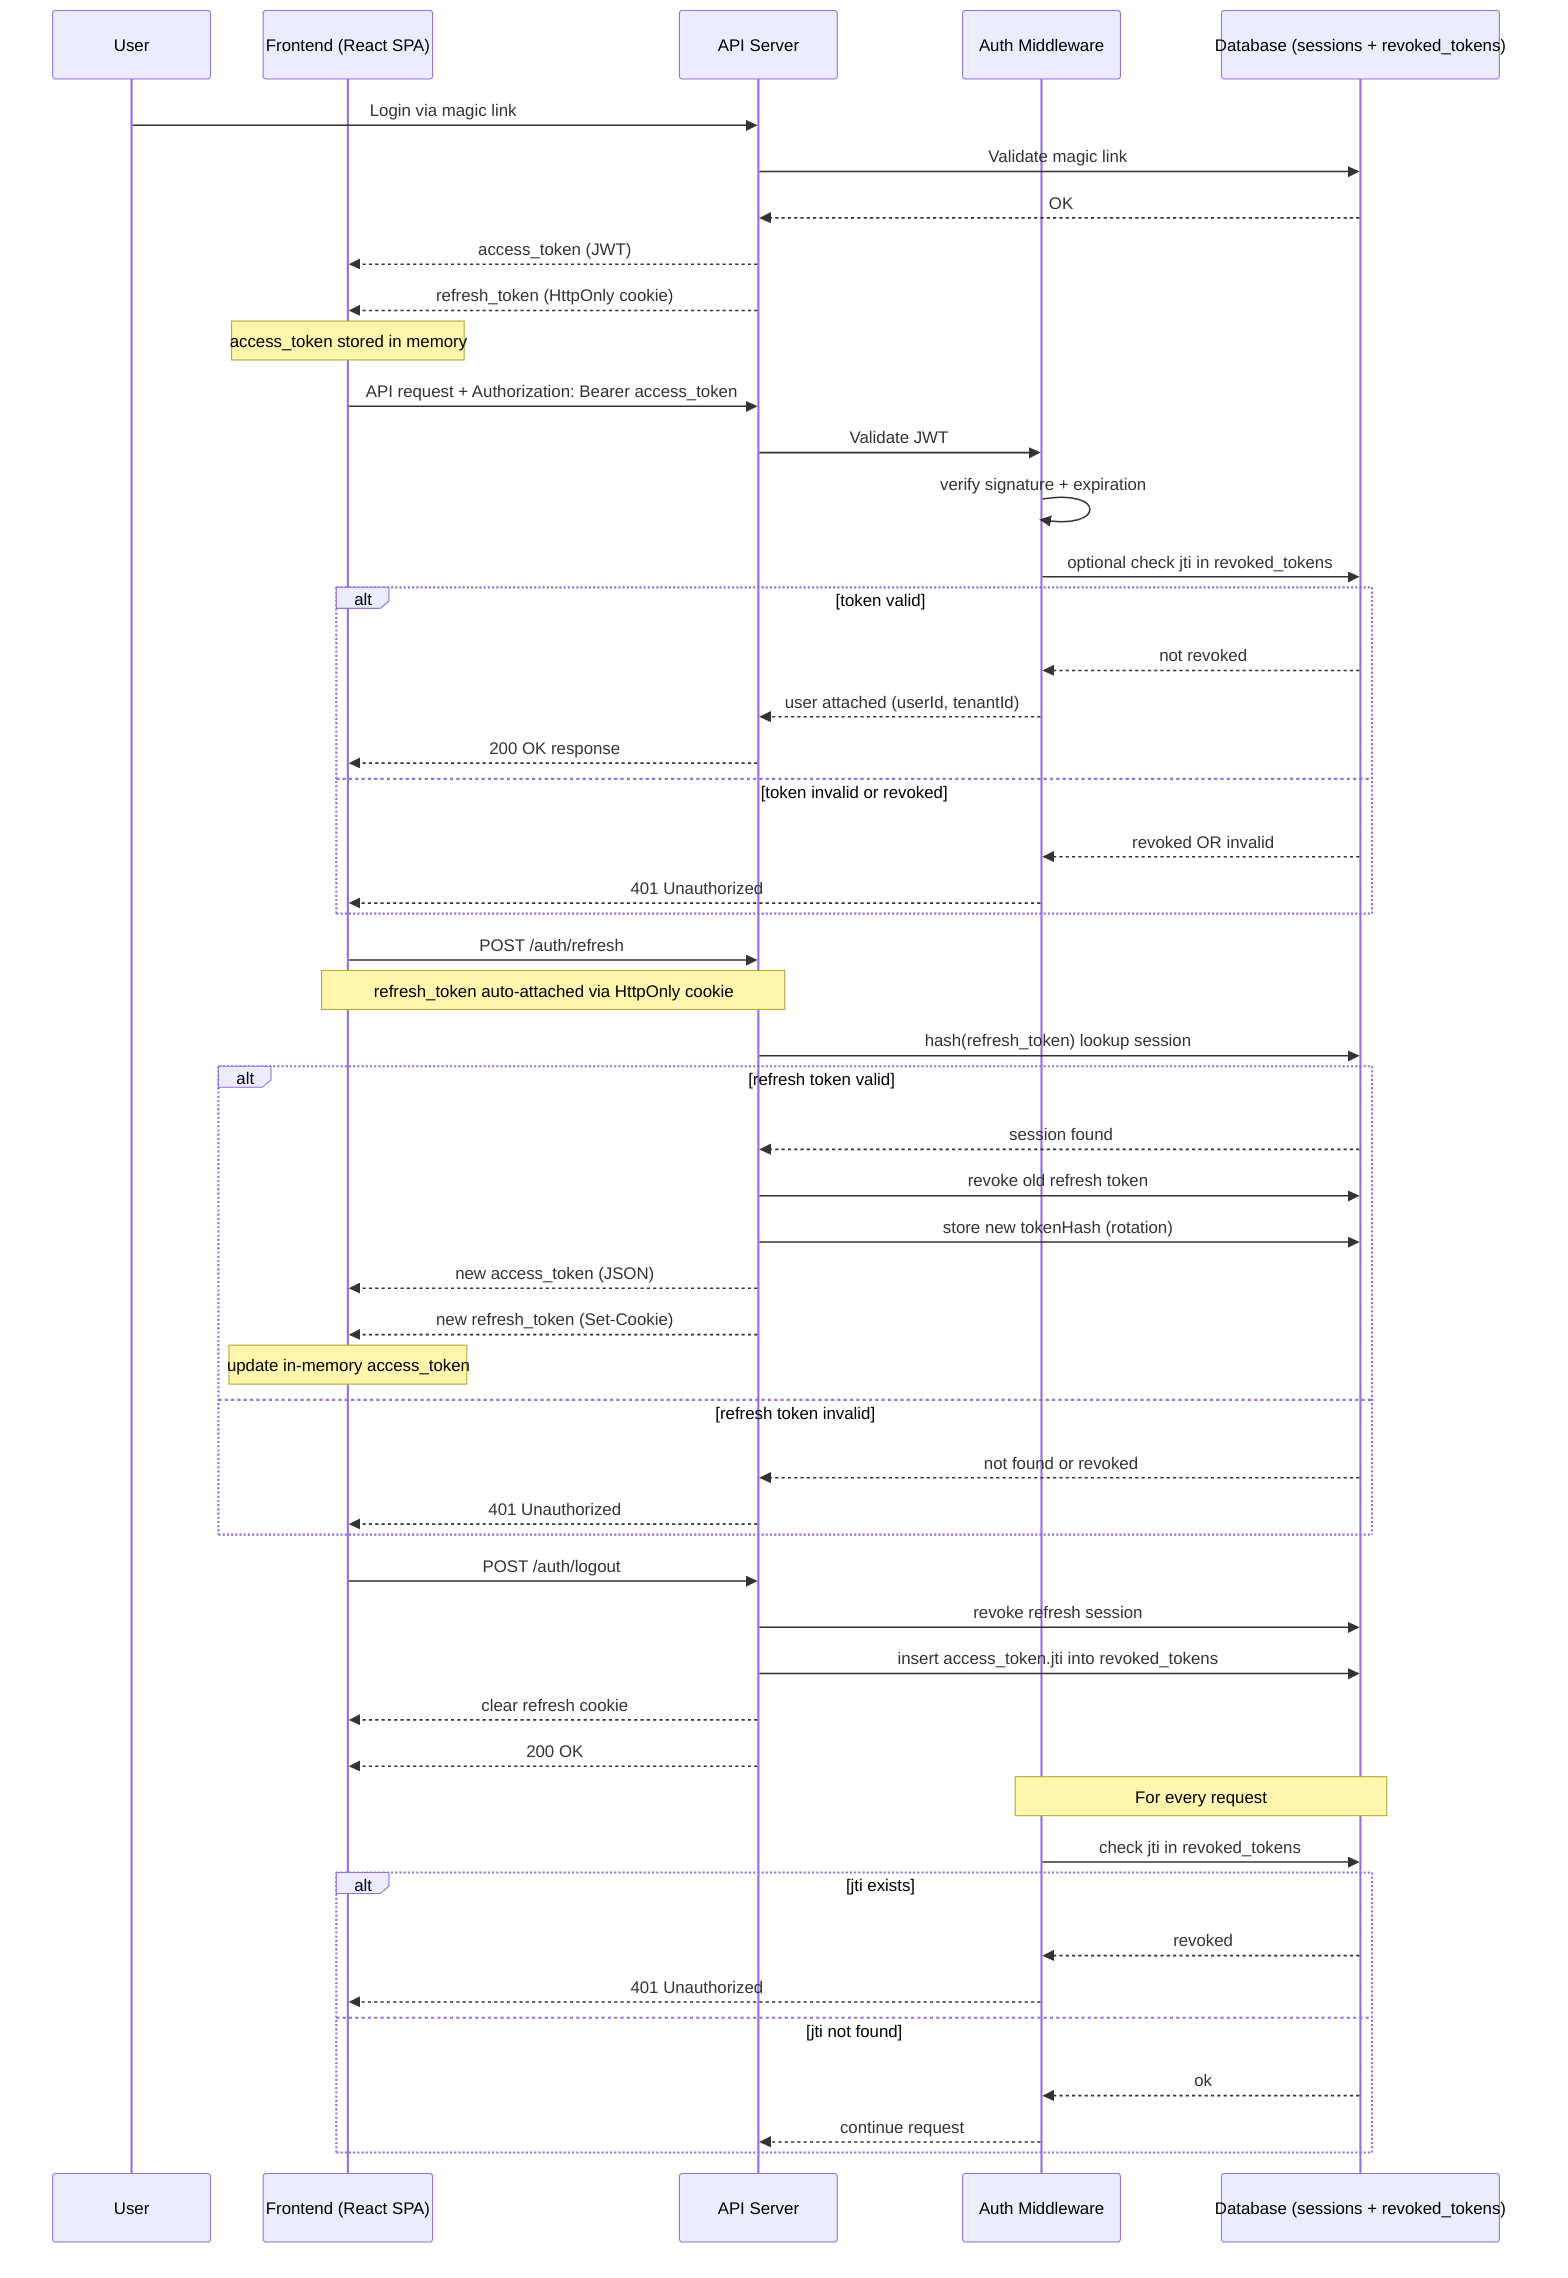
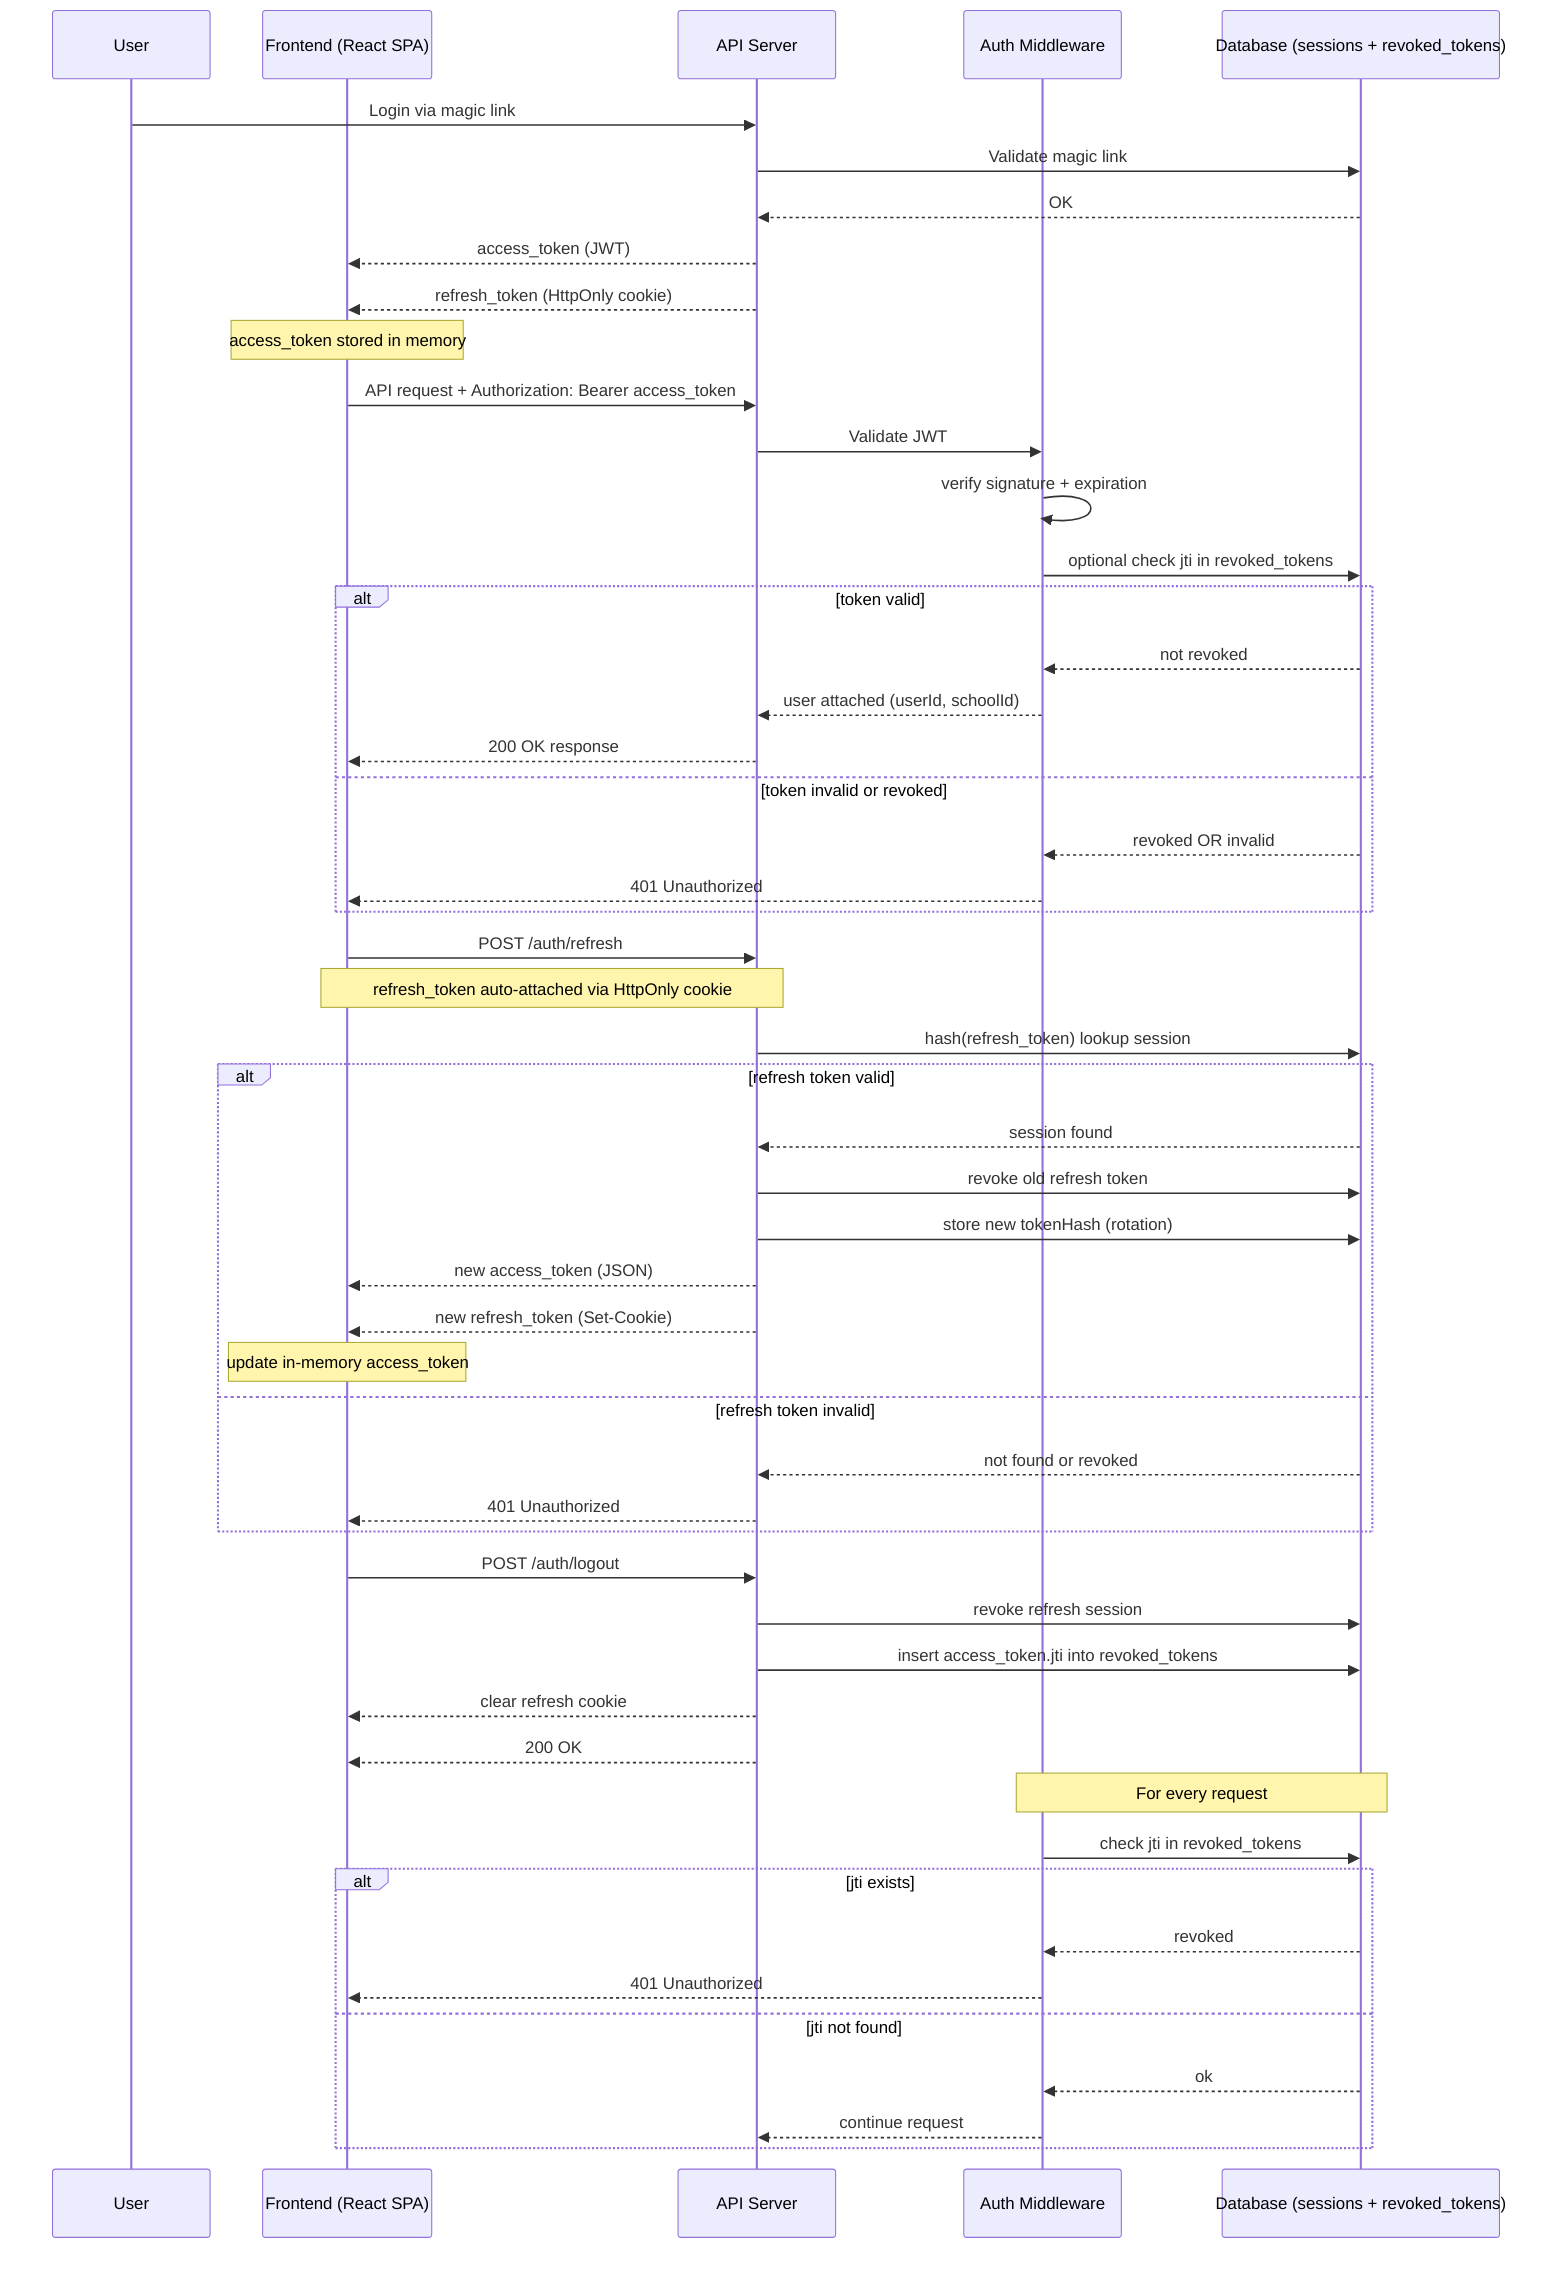
sequenceDiagram
    participant U as User
    participant F as Frontend (React SPA)
    participant A as API Server
    participant M as Auth Middleware
    participant DB as Database (sessions + revoked_tokens)

    %% =========================
    %% LOGIN FLOW
    %% =========================
    U->>A: Login via magic link
    A->>DB: Validate magic link

    DB-->>A: OK

    A-->>F: access_token (JWT)
    A-->>F: refresh_token (HttpOnly cookie)

    Note over F: access_token stored in memory

    %% =========================
    %% NORMAL API REQUEST
    %% =========================
    F->>A: API request + Authorization: Bearer access_token
    A->>M: Validate JWT

    M->>M: verify signature + expiration
    M->>DB: optional check jti in revoked_tokens

    alt token valid
        DB-->>M: not revoked
-         M-->>A: user attached (userId, tenantId)
+         M-->>A: user attached (userId, schoolId)
        A-->>F: 200 OK response
    else token invalid or revoked
        DB-->>M: revoked OR invalid
        M-->>F: 401 Unauthorized
    end

    %% =========================
    %% REFRESH FLOW (ROTATION)
    %% =========================
    F->>A: POST /auth/refresh
    Note over F,A: refresh_token auto-attached via HttpOnly cookie

    A->>DB: hash(refresh_token) lookup session

    alt refresh token valid
        DB-->>A: session found

        A->>DB: revoke old refresh token
        A->>DB: store new tokenHash (rotation)

        A-->>F: new access_token (JSON)
        A-->>F: new refresh_token (Set-Cookie)

        Note over F: update in-memory access_token
    else refresh token invalid
        DB-->>A: not found or revoked
        A-->>F: 401 Unauthorized
    end

    %% =========================
    %% LOGOUT FLOW
    %% =========================
    F->>A: POST /auth/logout

    A->>DB: revoke refresh session
    A->>DB: insert access_token.jti into revoked_tokens

    A-->>F: clear refresh cookie
    A-->>F: 200 OK

    %% =========================
    %% DENYLIST CHECK
    %% =========================
    Note over M,DB: For every request

    M->>DB: check jti in revoked_tokens

    alt jti exists
        DB-->>M: revoked
        M-->>F: 401 Unauthorized
    else jti not found
        DB-->>M: ok
        M-->>A: continue request
    end